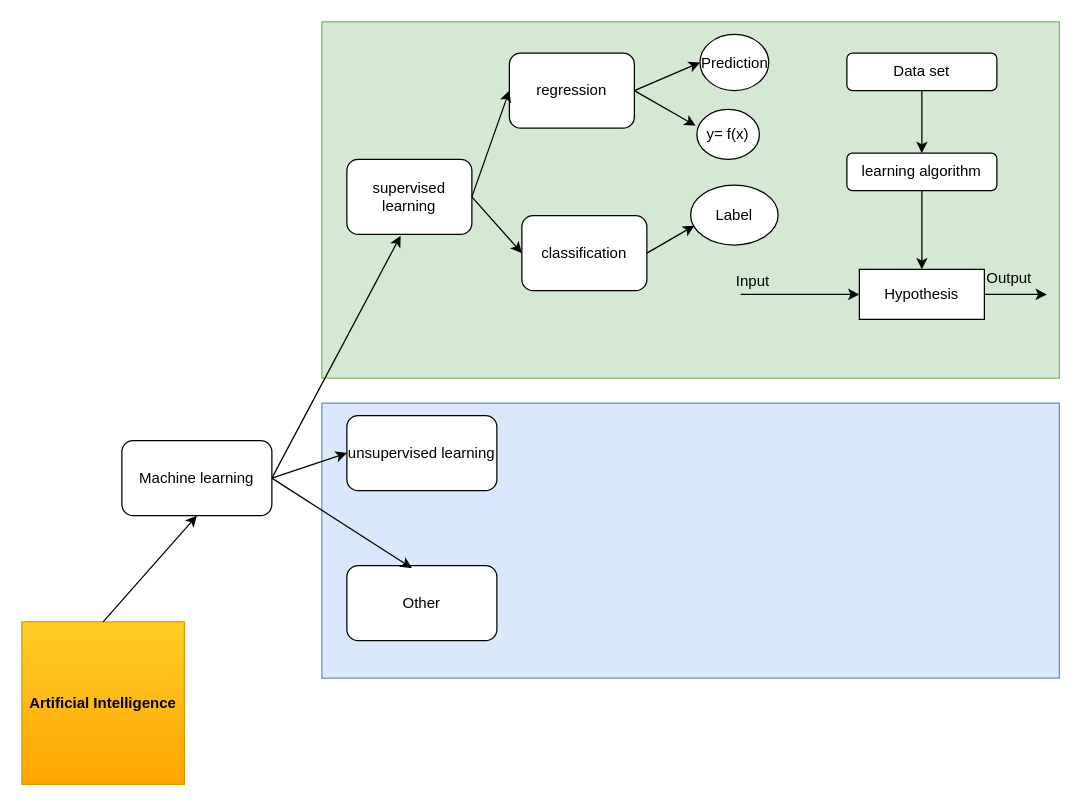
The draw.io diagram doc/machine_learning.drawio in letrthong/machine_learning, before the edit. Source tidied: cells renumbered, new cells numbered last; positions are measured from the earlier drawing's top-left corner, leaving out a move shared by most shapes. Both pictures are drawn from the tidied source at 125%, with x=0, y=0 at pixel (21, 21).
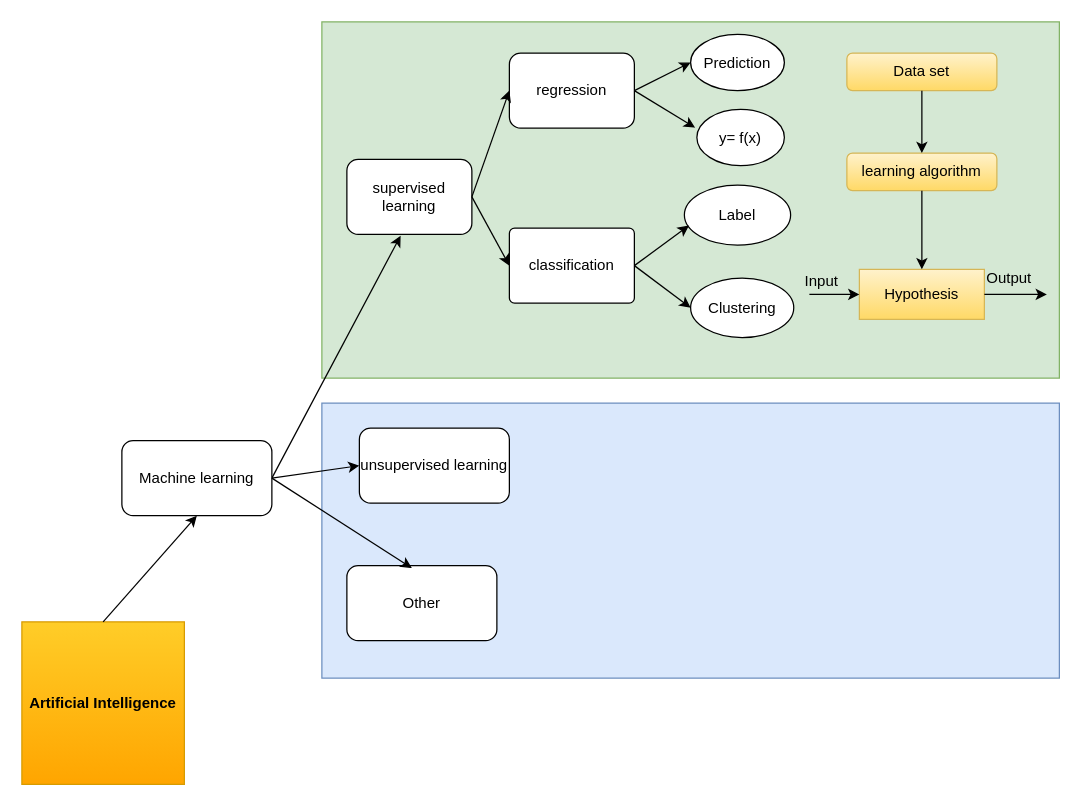
Above is the later version.

What changed in the source:
```diff
@@
     <mxCell id="6" value="unsupervised learning" style="rounded=1;whiteSpace=wrap;html=1;" parent="1" vertex="1">
-      <mxGeometry x="260" y="315" width="120" height="60" as="geometry" />
+      <mxGeometry x="270" y="325" width="120" height="60" as="geometry" />
     </mxCell>
@@
-    <mxCell id="9" value="classification" style="rounded=1;whiteSpace=wrap;html=1;" parent="1" vertex="1">
-      <mxGeometry x="400" y="155" width="100" height="60" as="geometry" />
+    <mxCell id="9" value="classification" style="rounded=1;whiteSpace=wrap;html=1;arcSize=7;" parent="1" vertex="1">
+      <mxGeometry x="390" y="165" width="100" height="60" as="geometry" />
     </mxCell>
@@
     <mxCell id="18" value="Prediction" style="ellipse;whiteSpace=wrap;html=1;" parent="1" vertex="1">
-      <mxGeometry x="542.5" y="10" width="55" height="45" as="geometry" />
+      <mxGeometry x="535" y="10" width="75" height="45" as="geometry" />
     </mxCell>
-    <mxCell id="19" value="Data set" style="rounded=1;whiteSpace=wrap;html=1;" parent="1" vertex="1">
+    <mxCell id="19" value="Data set" style="rounded=1;whiteSpace=wrap;html=1;gradientColor=#ffd966;fillColor=#fff2cc;strokeColor=#d6b656;" parent="1" vertex="1">
       <mxGeometry x="660" y="25" width="120" height="30" as="geometry" />
     </mxCell>
-    <mxCell id="20" value="learning algorithm" style="rounded=1;whiteSpace=wrap;html=1;" parent="1" vertex="1">
+    <mxCell id="20" value="learning algorithm" style="rounded=1;whiteSpace=wrap;html=1;gradientColor=#ffd966;fillColor=#fff2cc;strokeColor=#d6b656;" parent="1" vertex="1">
       <mxGeometry x="660" y="105" width="120" height="30" as="geometry" />
     </mxCell>
-    <mxCell id="21" value="Hypothesis" style="rounded=0;whiteSpace=wrap;html=1;" parent="1" vertex="1">
+    <mxCell id="21" value="Hypothesis" style="rounded=0;whiteSpace=wrap;html=1;gradientColor=#ffd966;fillColor=#fff2cc;strokeColor=#d6b656;" parent="1" vertex="1">
       <mxGeometry x="670" y="198" width="100" height="40" as="geometry" />
     </mxCell>
@@
     <mxCell id="25" value="Input" style="text;html=1;strokeColor=none;fillColor=none;align=center;verticalAlign=middle;whiteSpace=wrap;rounded=0;" parent="1" vertex="1">
-      <mxGeometry x="565" y="198" width="40" height="20" as="geometry" />
+      <mxGeometry x="620" y="198" width="40" height="20" as="geometry" />
     </mxCell>
@@
     <mxCell id="28" value="Label" style="ellipse;whiteSpace=wrap;html=1;" parent="1" vertex="1">
-      <mxGeometry x="535" y="130.5" width="70" height="48" as="geometry" />
+      <mxGeometry x="530" y="130.5" width="85" height="48" as="geometry" />
     </mxCell>
@@
     <mxCell id="30" value="y= f(x)" style="ellipse;whiteSpace=wrap;html=1;" parent="1" vertex="1">
-      <mxGeometry x="540" y="70" width="50" height="40" as="geometry" />
+      <mxGeometry x="540" y="70" width="70" height="45" as="geometry" />
     </mxCell>
@@
+    <mxCell id="32" value="Clustering" style="ellipse;whiteSpace=wrap;html=1;direction=south;" parent="1" vertex="1">
+      <mxGeometry x="535" y="205" width="82.5" height="47.5" as="geometry" />
+    </mxCell>
+    <mxCell id="33" style="endArrow=classic;html=1;entryX=0.5;entryY=1;entryDx=0;entryDy=0;exitX=1;exitY=0.5;exitDx=0;exitDy=0;" parent="1" edge="1" source="9" target="32">
+      <mxGeometry relative="1" as="geometry" />
+    </mxCell>
```
